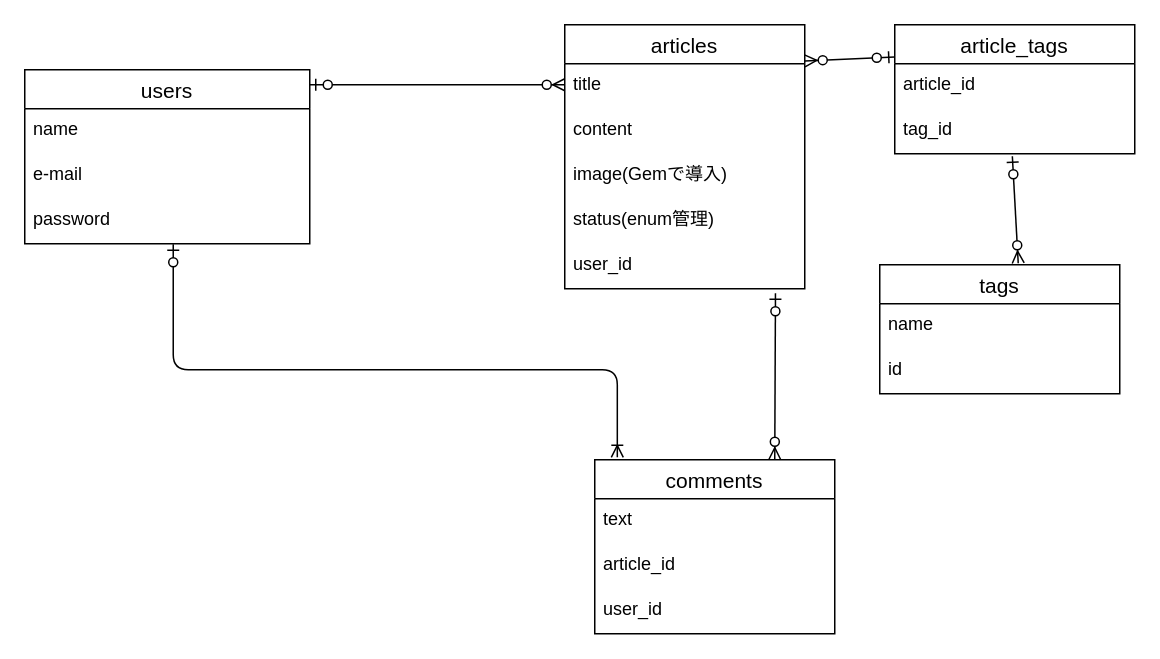
The draw.io diagram article_growth.drawio in sunatoru/article-growth, before the edit. Source tidied: cells renumbered, new cells numbered last; positions are measured from the earlier drawing's top-left corner, leaving out a move shared by most shapes. Both pictures are drawn from the tidied source at 150%, with x=0, y=0 at pixel (24, 24).
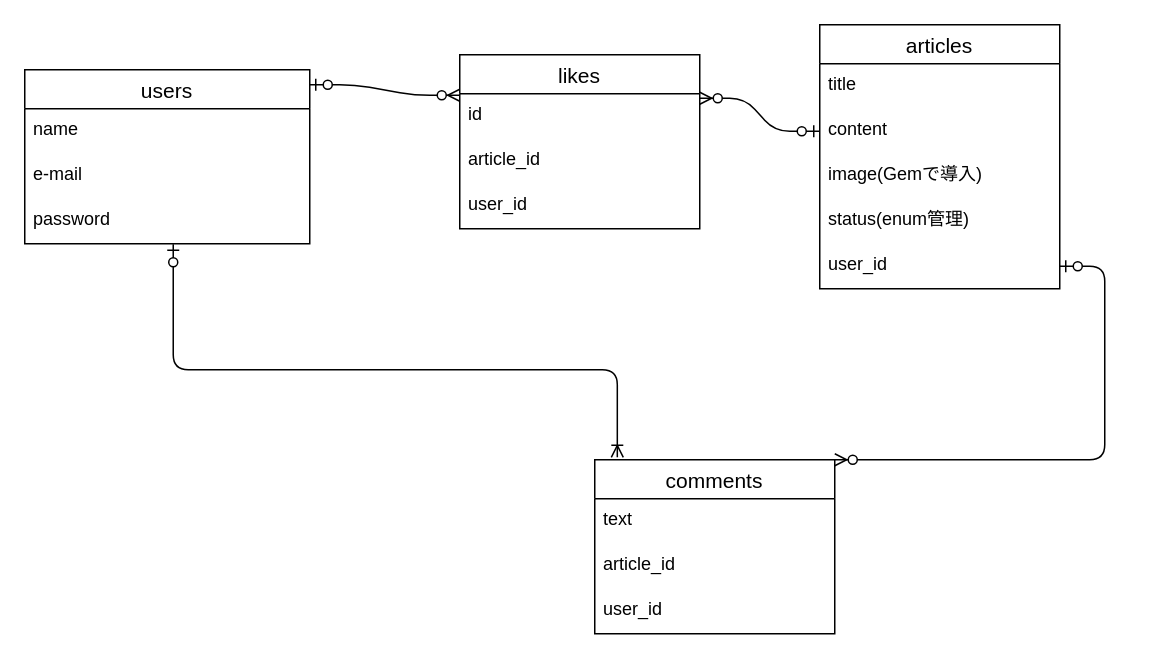
After the change.

The change refers to these unchanged cells:
```xml
<mxCell id="8" value="content" style="text;strokeColor=none;fillColor=none;spacingLeft=4;spacingRight=4;overflow=hidden;points=[[0,0.5],[1,0.5]];portConstraint=eastwest;fontSize=12;" parent="6" vertex="1">
  <mxGeometry y="56" width="160" height="30" as="geometry" />
</mxCell>
<mxCell id="11" value="user_id" style="text;strokeColor=none;fillColor=none;spacingLeft=4;spacingRight=4;overflow=hidden;points=[[0,0.5],[1,0.5]];portConstraint=eastwest;fontSize=12;" parent="6" vertex="1">
  <mxGeometry y="146" width="160" height="30" as="geometry" />
</mxCell>
<mxCell id="12" value="comments" style="swimlane;fontStyle=0;horizontal=1;startSize=26;align=center;fontSize=14;" parent="1" vertex="1">
  <mxGeometry x="380" y="290" width="160" height="116" as="geometry" />
</mxCell>
```

Change to the diagram source:
```diff
@@
     <mxCell id="6" value="articles" style="swimlane;fontStyle=0;horizontal=1;startSize=26;align=center;fontSize=14;" parent="1" vertex="1">
-      <mxGeometry x="360" width="160" height="176" as="geometry" />
+      <mxGeometry x="530" width="160" height="176" as="geometry" />
     </mxCell>
@@
-    <mxCell id="16" style="edgeStyle=entityRelationEdgeStyle;fontSize=12;html=1;endArrow=ERzeroToMany;startArrow=ERzeroToOne;" parent="1" edge="1">
+    <mxCell id="16" style="edgeStyle=entityRelationEdgeStyle;fontSize=12;html=1;endArrow=ERzeroToMany;startArrow=ERzeroToOne;entryX=0;entryY=0.233;entryDx=0;entryDy=0;entryPerimeter=0;" parent="1" edge="1" target="19">
       <mxGeometry relative="1" as="geometry">
         <mxPoint x="190" y="40" as="sourcePoint" />
-        <mxPoint x="360" y="40" as="targetPoint" />
       </mxGeometry>
     </mxCell>
-    <mxCell id="17" style="fontSize=12;html=1;endArrow=ERzeroToMany;startArrow=ERzeroToOne;elbow=vertical;entryX=0.75;entryY=0;entryDx=0;entryDy=0;exitX=0.878;exitY=1.1;exitDx=0;exitDy=0;exitPerimeter=0;" parent="1" edge="1" source="11" target="12">
+    <mxCell id="17" style="fontSize=12;html=1;endArrow=ERzeroToMany;startArrow=ERzeroToOne;elbow=vertical;entryX=1;entryY=0;entryDx=0;entryDy=0;edgeStyle=entityRelationEdgeStyle;" parent="1" edge="1" source="11" target="12">
       <mxGeometry relative="1" as="geometry" />
     </mxCell>
@@
-    <mxCell id="19" value="article_tags" style="swimlane;fontStyle=0;horizontal=1;startSize=26;align=center;fontSize=14;fontFamily=Helvetica;fontColor=default;" parent="1" vertex="1">
-      <mxGeometry x="580" width="160" height="86" as="geometry" />
+    <mxCell id="19" value="likes" style="swimlane;fontStyle=0;horizontal=1;startSize=26;align=center;fontSize=14;fontFamily=Helvetica;fontColor=default;" parent="1" vertex="1">
+      <mxGeometry x="290" y="20" width="160" height="116" as="geometry" />
     </mxCell>
-    <mxCell id="20" value="article_id" style="text;strokeColor=none;fillColor=none;spacingLeft=4;spacingRight=4;overflow=hidden;fontSize=12;fontFamily=Helvetica;fontColor=default;" parent="19" vertex="1">
+    <mxCell id="20" value="id" style="text;strokeColor=none;fillColor=none;spacingLeft=4;spacingRight=4;overflow=hidden;fontSize=12;fontFamily=Helvetica;fontColor=default;" parent="19" vertex="1">
       <mxGeometry y="26" width="160" height="30" as="geometry" />
     </mxCell>
-    <mxCell id="21" value="tag_id" style="text;strokeColor=none;fillColor=none;spacingLeft=4;spacingRight=4;overflow=hidden;points=[[0,0.5],[1,0.5]];portConstraint=eastwest;fontSize=12;fontFamily=Helvetica;fontColor=default;" parent="19" vertex="1">
+    <mxCell id="21" value="article_id" style="text;strokeColor=none;fillColor=none;spacingLeft=4;spacingRight=4;overflow=hidden;points=[[0,0.5],[1,0.5]];portConstraint=eastwest;fontSize=12;fontFamily=Helvetica;fontColor=default;" parent="19" vertex="1">
       <mxGeometry y="56" width="160" height="30" as="geometry" />
     </mxCell>
-    <mxCell id="22" value="tags" style="swimlane;fontStyle=0;horizontal=1;startSize=26;align=center;fontSize=14;fontFamily=Helvetica;fontColor=default;" parent="1" vertex="1">
-      <mxGeometry x="570" y="160" width="160" height="86" as="geometry" />
-    </mxCell>
-    <mxCell id="23" value="name" style="text;strokeColor=none;fillColor=none;spacingLeft=4;spacingRight=4;overflow=hidden;fontSize=12;fontFamily=Helvetica;fontColor=default;" parent="22" vertex="1">
-      <mxGeometry y="26" width="160" height="30" as="geometry" />
-    </mxCell>
-    <mxCell id="24" value="id" style="text;strokeColor=none;fillColor=none;spacingLeft=4;spacingRight=4;overflow=hidden;fontSize=12;fontFamily=Helvetica;fontColor=default;" parent="22" vertex="1">
-      <mxGeometry y="56" width="160" height="30" as="geometry" />
-    </mxCell>
-    <mxCell id="25" style="fontSize=12;html=1;endArrow=ERzeroToMany;startArrow=ERzeroToOne;rounded=1;labelBackgroundColor=default;strokeColor=default;fontFamily=Helvetica;fontColor=default;shape=connector;exitX=0.49;exitY=1.056;exitDx=0;exitDy=0;exitPerimeter=0;entryX=0.577;entryY=-0.012;entryDx=0;entryDy=0;entryPerimeter=0;" parent="1" edge="1" source="21" target="22">
-      <mxGeometry relative="1" as="geometry" />
-    </mxCell>
-    <mxCell id="26" style="fontSize=12;html=1;endArrow=ERzeroToMany;startArrow=ERzeroToOne;rounded=1;labelBackgroundColor=default;strokeColor=default;fontFamily=Helvetica;fontColor=default;shape=connector;entryX=1;entryY=0.137;entryDx=0;entryDy=0;entryPerimeter=0;exitX=0;exitY=0.25;exitDx=0;exitDy=0;" parent="1" edge="1" source="19" target="6">
-      <mxGeometry relative="1" as="geometry" />
-    </mxCell>
+    <mxCell id="27" value="user_id" style="text;strokeColor=none;fillColor=none;spacingLeft=4;spacingRight=4;overflow=hidden;fontSize=12;fontFamily=Helvetica;fontColor=default;" parent="19" vertex="1">
+      <mxGeometry y="86" width="160" height="30" as="geometry" />
+    </mxCell>
+    <mxCell id="28" style="edgeStyle=entityRelationEdgeStyle;fontSize=12;html=1;endArrow=ERzeroToMany;startArrow=ERzeroToOne;entryX=1;entryY=0.25;entryDx=0;entryDy=0;exitX=0;exitY=0.5;exitDx=0;exitDy=0;" parent="1" edge="1" source="8" target="19">
+      <mxGeometry relative="1" as="geometry" />
+    </mxCell>
```
